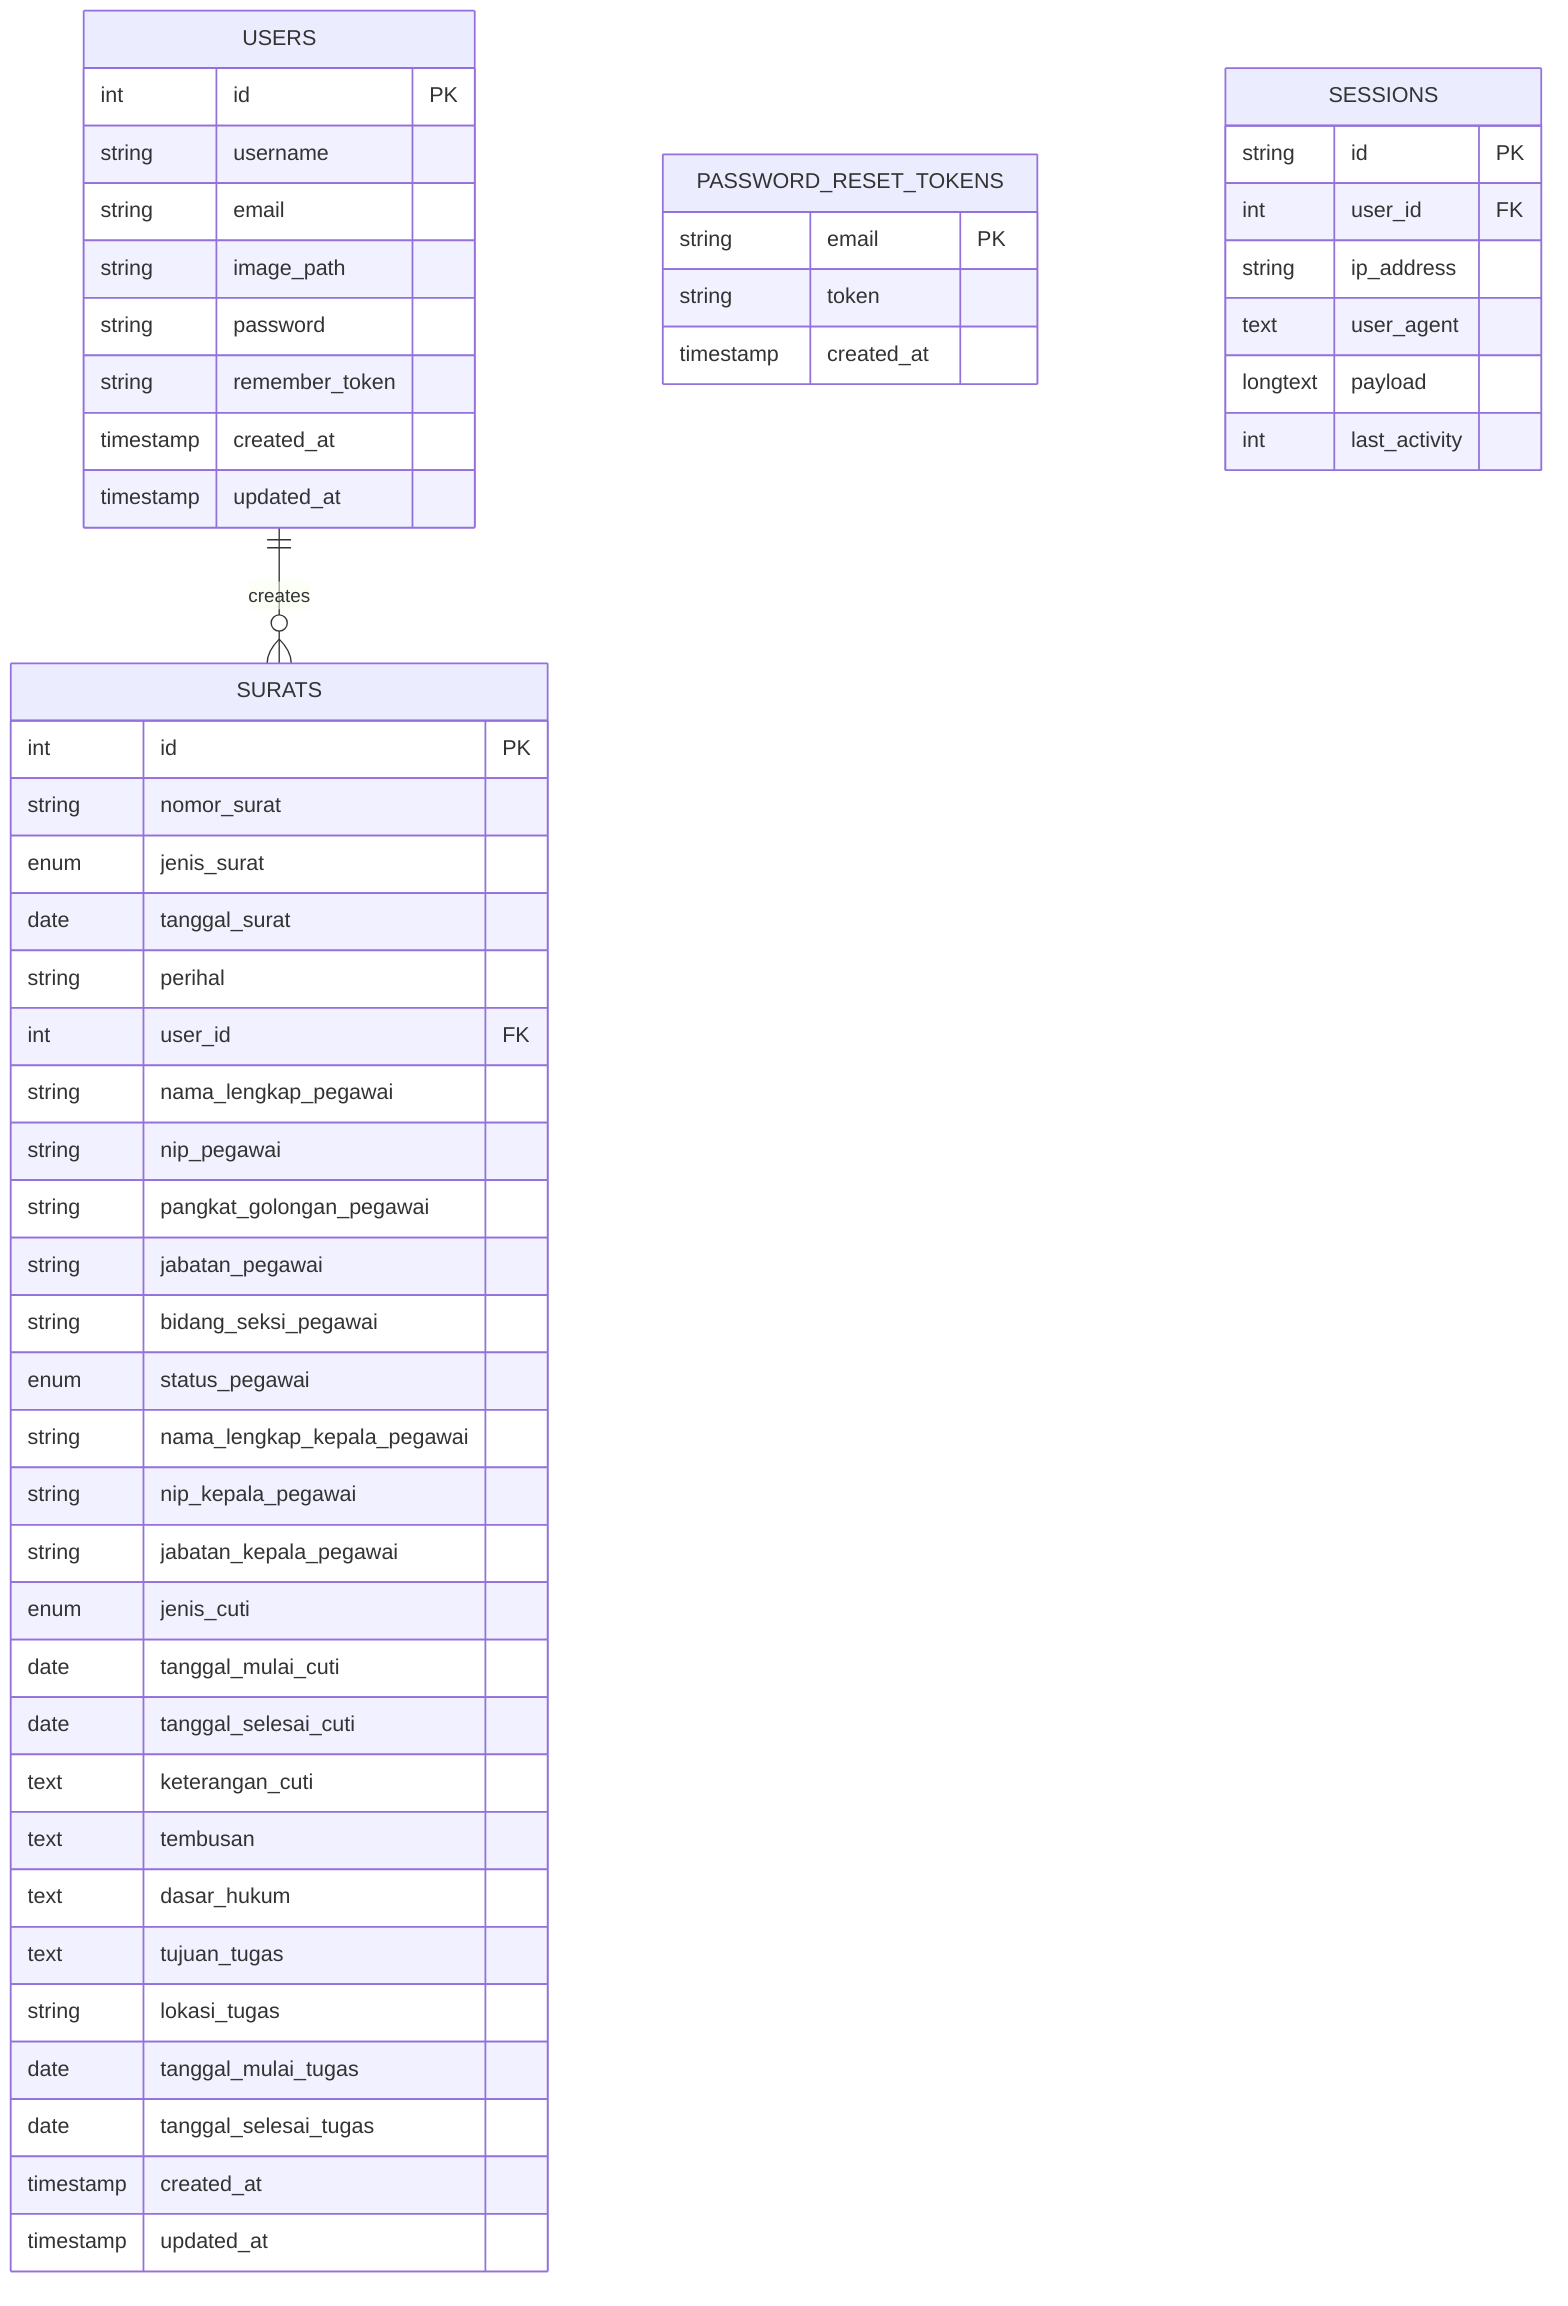
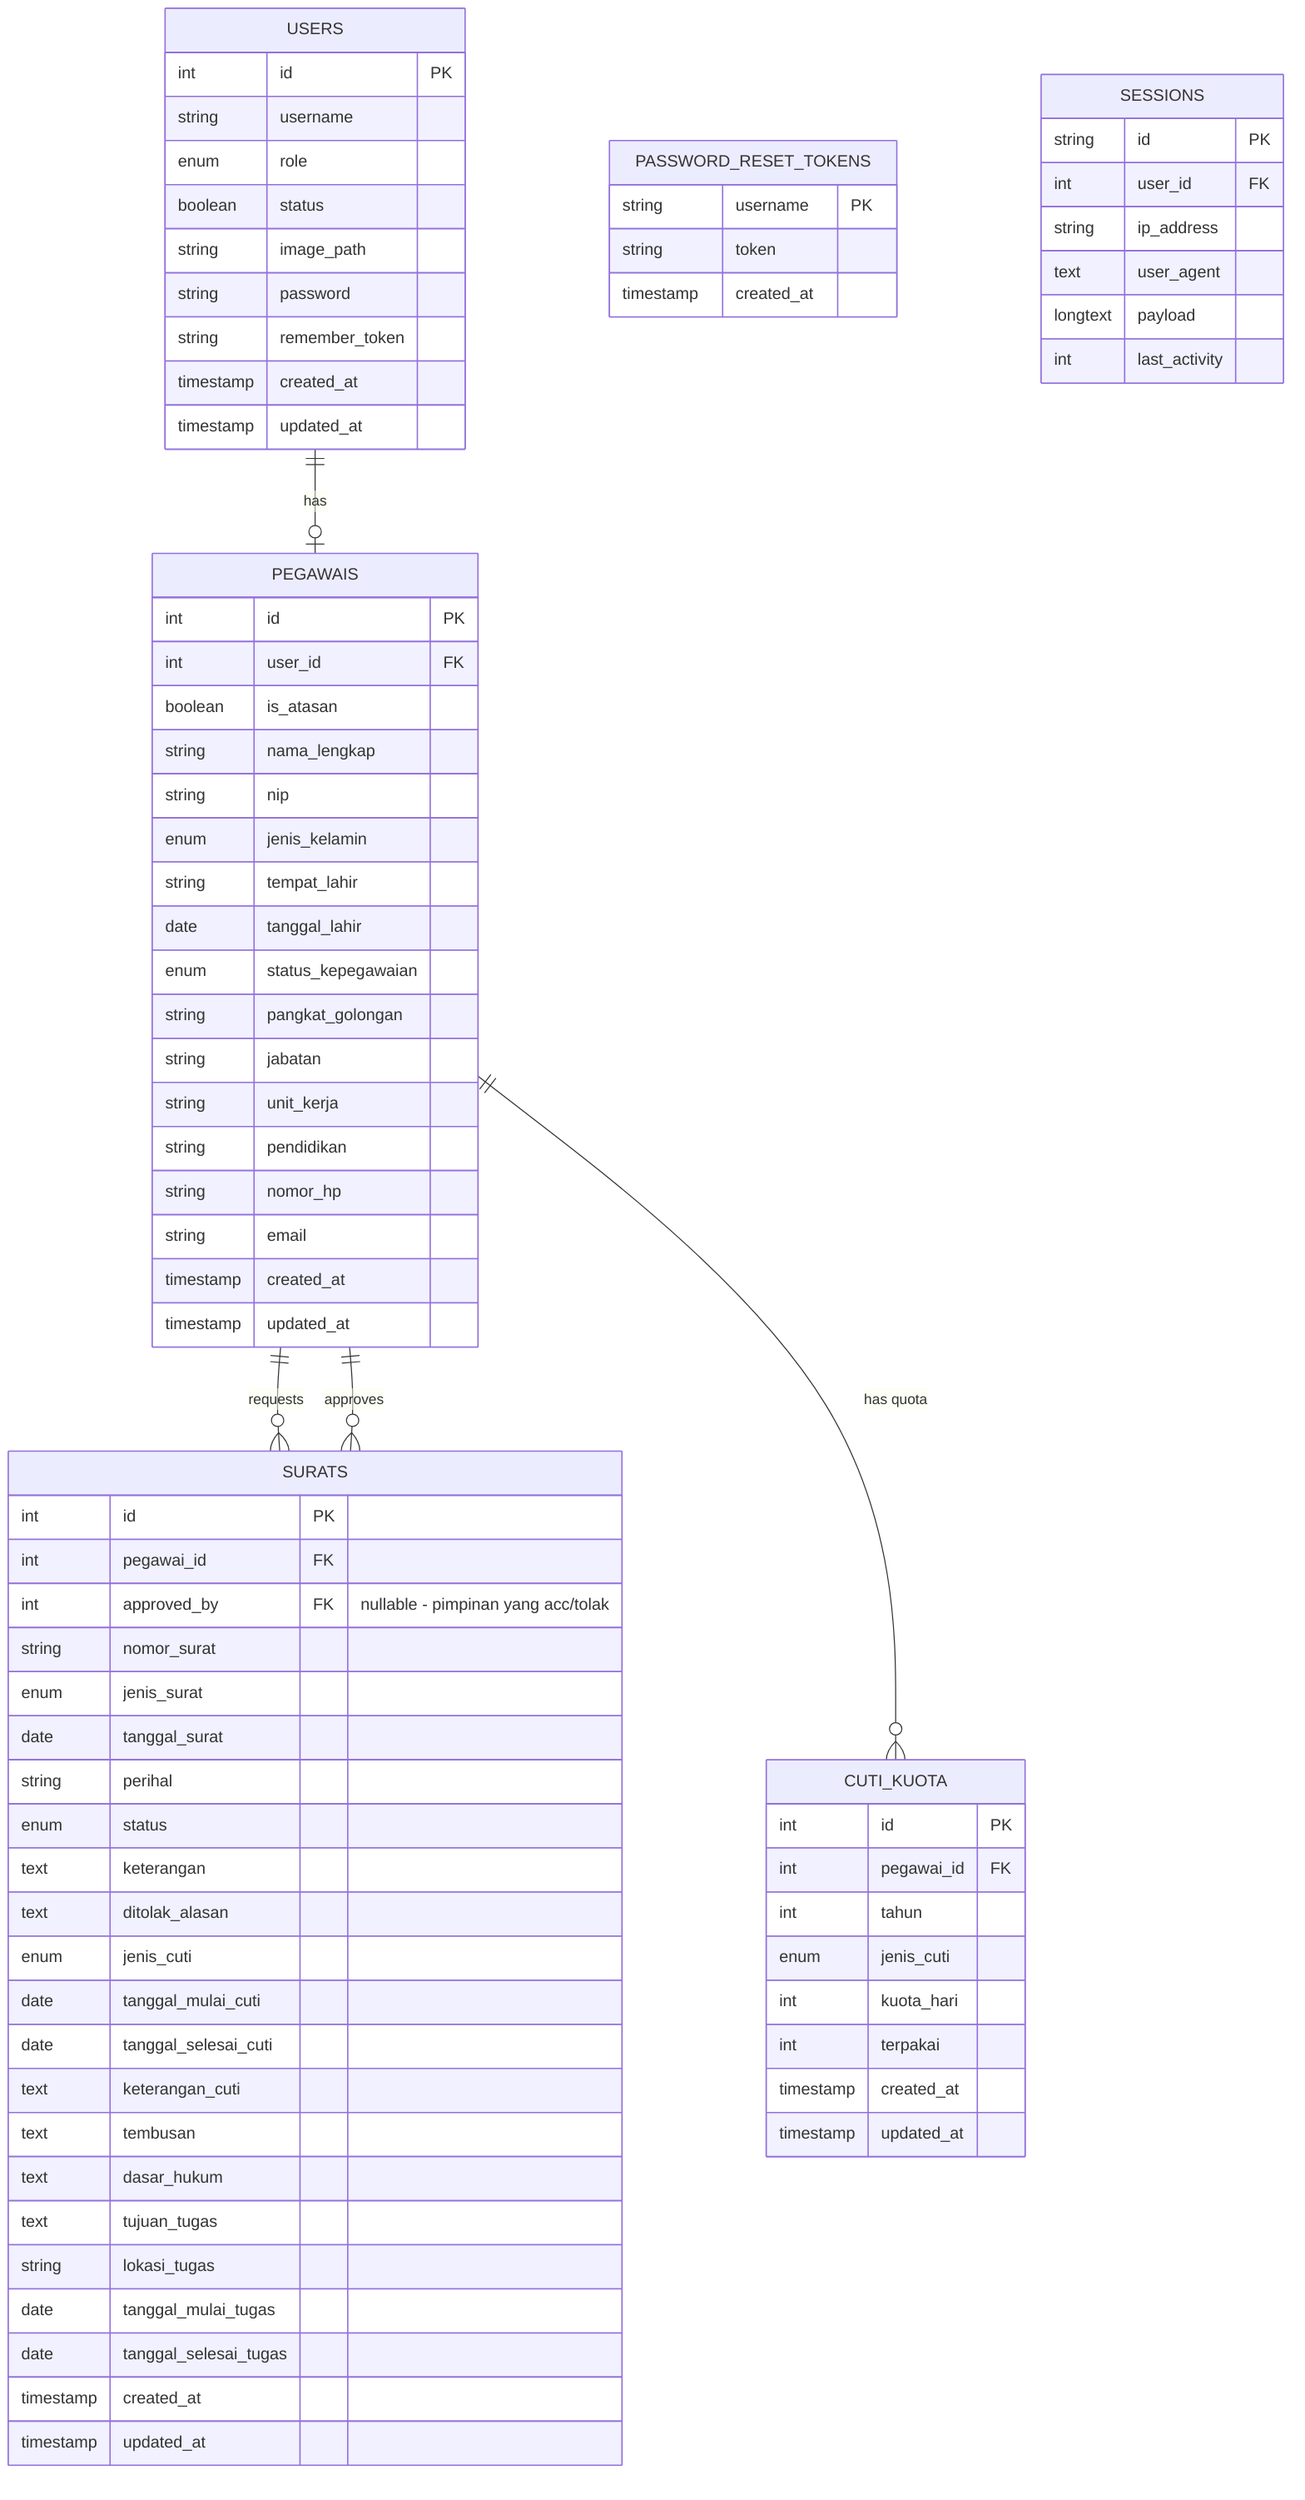
erDiagram
    USERS {
        int id PK
        string username
-         string email
+         enum role
+         boolean status
        string image_path
        string password
        string remember_token
        timestamp created_at
        timestamp updated_at
    }
+     PEGAWAIS {
+         int id PK
+         int user_id FK
+         boolean is_atasan
+         string nama_lengkap
+         string nip
+         enum jenis_kelamin
+         string tempat_lahir
+         date tanggal_lahir
+         enum status_kepegawaian
+         string pangkat_golongan
+         string jabatan
+         string unit_kerja
+         string pendidikan
+         string nomor_hp
+         string email
+         timestamp created_at
+         timestamp updated_at
+     }
    SURATS {
        int id PK
+         int pegawai_id FK
+         int approved_by FK "nullable - pimpinan yang acc/tolak"
        string nomor_surat
        enum jenis_surat
        date tanggal_surat
        string perihal
-         int user_id FK
-         string nama_lengkap_pegawai
-         string nip_pegawai
-         string pangkat_golongan_pegawai
-         string jabatan_pegawai
-         string bidang_seksi_pegawai
-         enum status_pegawai
-         string nama_lengkap_kepala_pegawai
-         string nip_kepala_pegawai
-         string jabatan_kepala_pegawai
+         enum status
+         text keterangan
+         text ditolak_alasan
        enum jenis_cuti
        date tanggal_mulai_cuti
        date tanggal_selesai_cuti
        text keterangan_cuti
        text tembusan
        text dasar_hukum
        text tujuan_tugas
        string lokasi_tugas
        date tanggal_mulai_tugas
        date tanggal_selesai_tugas
        timestamp created_at
        timestamp updated_at
    }
+     CUTI_KUOTA {
+         int id PK
+         int pegawai_id FK
+         int tahun
+         enum jenis_cuti
+         int kuota_hari
+         int terpakai
+         timestamp created_at
+         timestamp updated_at
+     }
    PASSWORD_RESET_TOKENS {
-         string email PK
+         string username PK
        string token
        timestamp created_at
    }
    SESSIONS {
        string id PK
        int user_id FK
        string ip_address
        text user_agent
        longtext payload
        int last_activity
    }
-     USERS ||--o{ SURATS : "creates"
+     USERS ||--o| PEGAWAIS : "has"
+     PEGAWAIS ||--o{ SURATS : "requests"
+     PEGAWAIS ||--o{ SURATS : "approves"
+     PEGAWAIS ||--o{ CUTI_KUOTA : "has quota"
